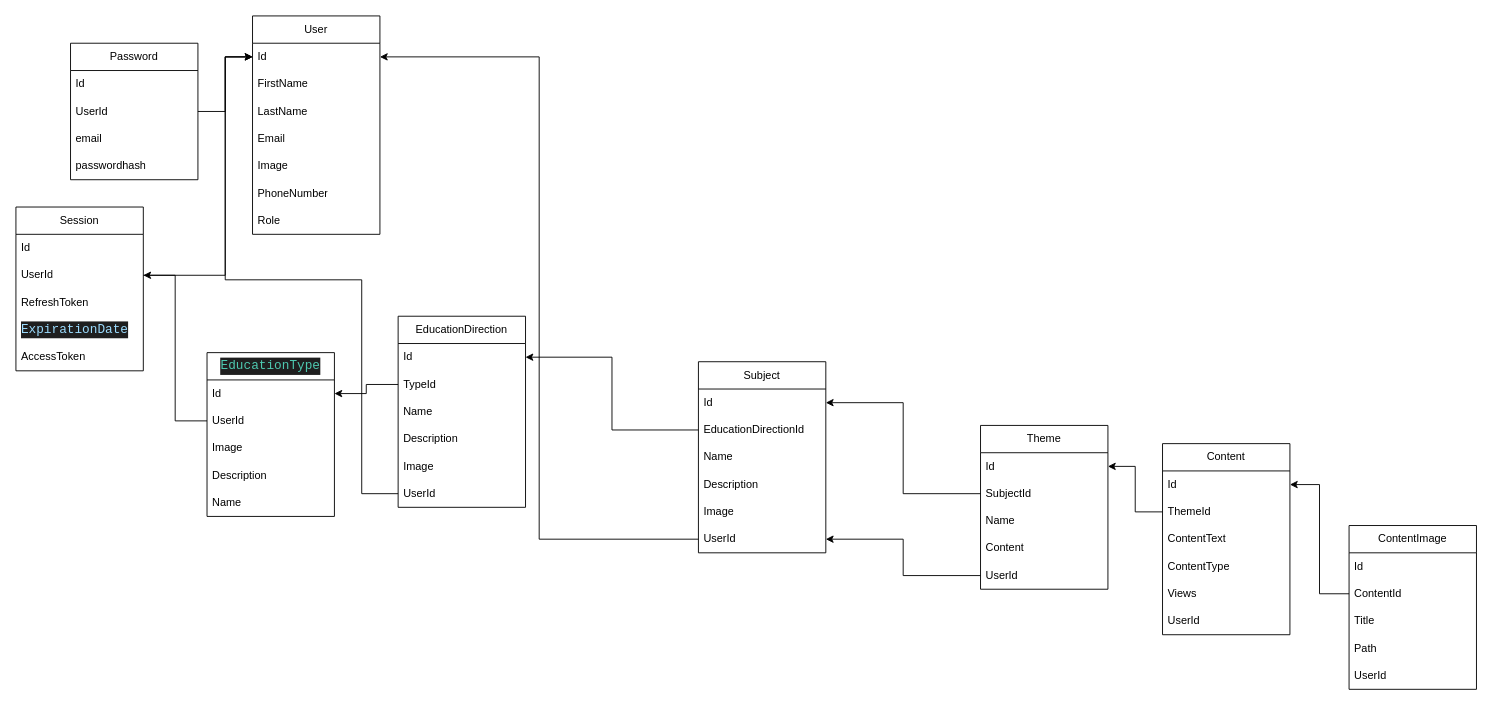
The draw.io diagram structure.drawio in TeacherShoxrux/talim-aspnet-core, before the edit. Source tidied: cells renumbered, new cells numbered last; positions are measured from the earlier drawing's top-left corner, leaving out a move shared by most shapes. Both pictures are drawn from the tidied source at 91%, with x=0, y=0 at pixel (15, 15).
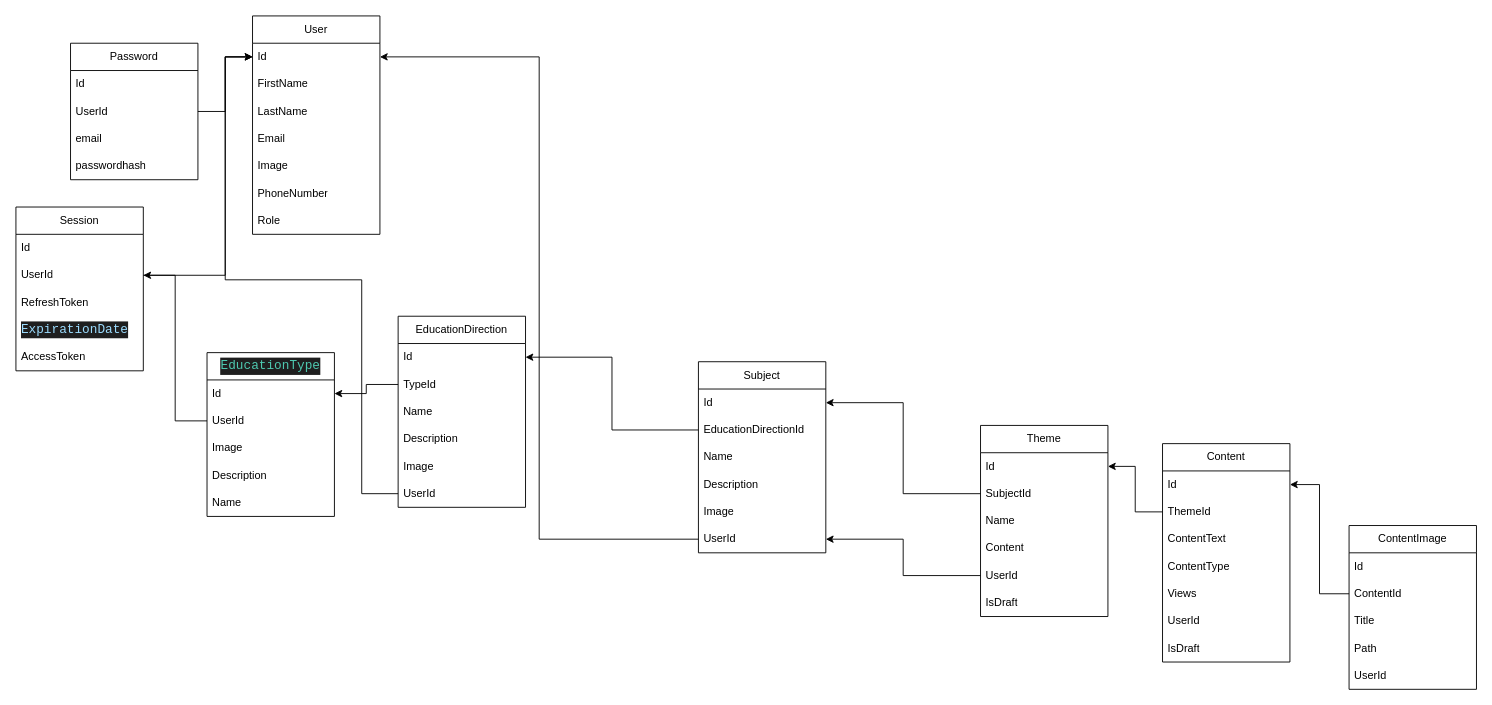
After the change.

Change to the diagram source:
```diff
@@
     <mxCell id="30" value="Theme" style="swimlane;fontStyle=0;horizontal=1;startSize=30;whiteSpace=wrap;html=1;" parent="1" vertex="1">
-      <mxGeometry x="1060" y="450" width="140" height="180" as="geometry" />
+      <mxGeometry x="1060" y="450" width="140" height="210" as="geometry" />
     </mxCell>
@@
+    <mxCell id="71" value="IsDraft" style="text;strokeColor=none;fillColor=none;align=left;verticalAlign=middle;spacingLeft=4;spacingRight=4;overflow=hidden;whiteSpace=wrap;html=1;" parent="30" vertex="1">
+      <mxGeometry y="180" width="140" height="30" as="geometry" />
+    </mxCell>
@@
     <mxCell id="62" value="Content" style="swimlane;fontStyle=0;horizontal=1;startSize=30;whiteSpace=wrap;html=1;" parent="1" vertex="1">
-      <mxGeometry x="1260" y="470" width="140" height="210" as="geometry" />
+      <mxGeometry x="1260" y="470" width="140" height="240" as="geometry" />
     </mxCell>
@@
+    <mxCell id="72" value="UserId" style="text;strokeColor=none;fillColor=none;align=left;verticalAlign=middle;spacingLeft=4;spacingRight=4;overflow=hidden;whiteSpace=wrap;html=1;" parent="62" vertex="1">
+      <mxGeometry y="180" width="140" height="30" as="geometry" />
+    </mxCell>
-    <mxCell id="68" value="UserId" style="text;strokeColor=none;fillColor=none;align=left;verticalAlign=middle;spacingLeft=4;spacingRight=4;overflow=hidden;whiteSpace=wrap;html=1;" parent="62" vertex="1">
-      <mxGeometry y="180" width="140" height="30" as="geometry" />
+    <mxCell id="68" value="IsDraft" style="text;strokeColor=none;fillColor=none;align=left;verticalAlign=middle;spacingLeft=4;spacingRight=4;overflow=hidden;whiteSpace=wrap;html=1;" parent="62" vertex="1">
+      <mxGeometry y="210" width="140" height="30" as="geometry" />
     </mxCell>
```
